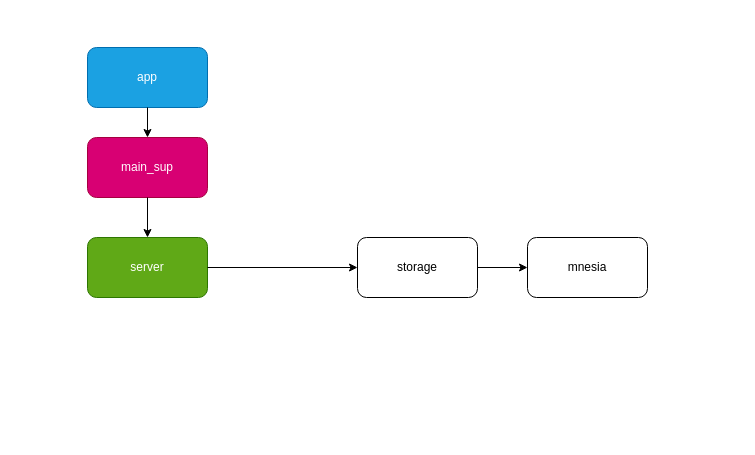
Before: mme.drawio in sanzor/4G-Network-Evolved-Packet-Core, a draw.io diagram. Source tidied: cells renumbered, new cells numbered last; positions are measured from the earlier drawing's top-left corner, leaving out a move shared by most shapes. Both pictures are drawn from the tidied source at 100%, with x=0, y=0 at pixel (87, 47).
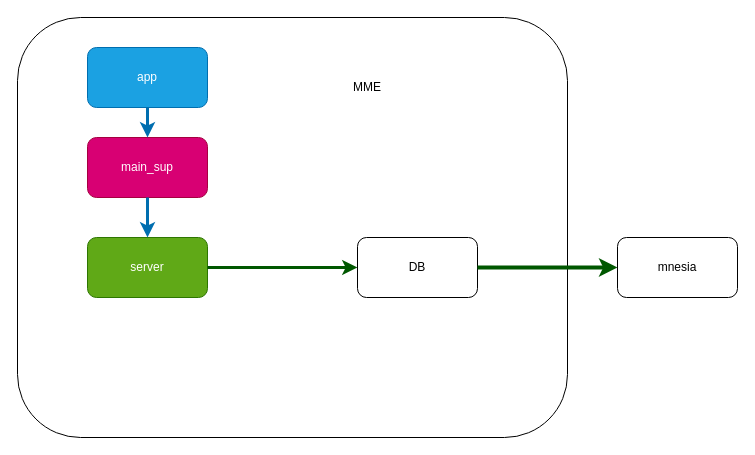
The same diagram, later.

What changed in the source:
```diff
@@
 <mxGraphModel>
   <root>
     <mxCell id="0" />
     <mxCell id="1" parent="0" />
+    <mxCell id="11" style="rounded=1;whiteSpace=wrap;html=1;" parent="1" vertex="1">
+      <mxGeometry x="-70" y="-30" width="550" height="420" as="geometry" />
+    </mxCell>
     <mxCell id="2" value="app" style="rounded=1;whiteSpace=wrap;html=1;fillColor=#1ba1e2;strokeColor=#006EAF;fontColor=#ffffff;" parent="1" vertex="1">
       <mxGeometry width="120" height="60" as="geometry" />
     </mxCell>
     <mxCell id="3" value="main_sup" style="rounded=1;whiteSpace=wrap;html=1;fillColor=#d80073;strokeColor=#A50040;fontColor=#ffffff;" parent="1" vertex="1">
       <mxGeometry y="90" width="120" height="60" as="geometry" />
     </mxCell>
     <mxCell id="4" value="server" style="rounded=1;whiteSpace=wrap;html=1;fillColor=#60a917;strokeColor=#2D7600;fontColor=#ffffff;" parent="1" vertex="1">
       <mxGeometry y="190" width="120" height="60" as="geometry" />
     </mxCell>
-    <mxCell id="5" value="storage" style="rounded=1;whiteSpace=wrap;html=1;" parent="1" vertex="1">
+    <mxCell id="5" value="DB" style="rounded=1;whiteSpace=wrap;html=1;" parent="1" vertex="1">
       <mxGeometry x="270" y="190" width="120" height="60" as="geometry" />
     </mxCell>
     <mxCell id="6" value="mnesia" style="rounded=1;whiteSpace=wrap;html=1;" parent="1" vertex="1">
-      <mxGeometry x="440" y="190" width="120" height="60" as="geometry" />
+      <mxGeometry x="530" y="190" width="120" height="60" as="geometry" />
     </mxCell>
-    <mxCell id="7" style="endArrow=classic;html=1;exitX=1;exitY=0.5;exitDx=0;exitDy=0;entryX=0;entryY=0.5;entryDx=0;entryDy=0;" parent="1" edge="1" source="4" target="5">
+    <mxCell id="7" style="endArrow=classic;html=1;exitX=1;exitY=0.5;exitDx=0;exitDy=0;entryX=0;entryY=0.5;entryDx=0;entryDy=0;fillColor=#008a00;strokeColor=#005700;strokeWidth=3;" parent="1" edge="1" source="4" target="5">
       <mxGeometry relative="1" as="geometry" />
     </mxCell>
-    <mxCell id="8" style="endArrow=classic;html=1;exitX=1;exitY=0.5;exitDx=0;exitDy=0;entryX=0;entryY=0.5;entryDx=0;entryDy=0;" parent="1" edge="1" source="5" target="6">
+    <mxCell id="8" style="endArrow=classic;html=1;exitX=1;exitY=0.5;exitDx=0;exitDy=0;entryX=0;entryY=0.5;entryDx=0;entryDy=0;fillColor=#008a00;strokeColor=#005700;strokeWidth=4;" parent="1" edge="1" source="5" target="6">
       <mxGeometry relative="1" as="geometry" />
     </mxCell>
-    <mxCell id="9" style="endArrow=classic;html=1;exitX=0.5;exitY=1;exitDx=0;exitDy=0;entryX=0.5;entryY=0;entryDx=0;entryDy=0;" parent="1" edge="1" source="2" target="3">
+    <mxCell id="9" style="endArrow=classic;html=1;exitX=0.5;exitY=1;exitDx=0;exitDy=0;entryX=0.5;entryY=0;entryDx=0;entryDy=0;strokeWidth=3;fillColor=#1ba1e2;strokeColor=#006EAF;" parent="1" edge="1" source="2" target="3">
       <mxGeometry relative="1" as="geometry" />
     </mxCell>
-    <mxCell id="10" style="endArrow=classic;html=1;exitX=0.5;exitY=1;exitDx=0;exitDy=0;" parent="1" edge="1" source="3" target="4">
+    <mxCell id="10" style="endArrow=classic;html=1;exitX=0.5;exitY=1;exitDx=0;exitDy=0;fillColor=#1ba1e2;strokeColor=#006EAF;strokeWidth=3;" parent="1" edge="1" source="3" target="4">
       <mxGeometry relative="1" as="geometry" />
     </mxCell>
+    <mxCell id="12" value="MME" style="text;html=1;strokeColor=none;fillColor=none;align=center;verticalAlign=middle;whiteSpace=wrap;rounded=0;" parent="1" vertex="1">
+      <mxGeometry x="260" y="30" width="40" height="20" as="geometry" />
+    </mxCell>
   </root>
 </mxGraphModel>
```
